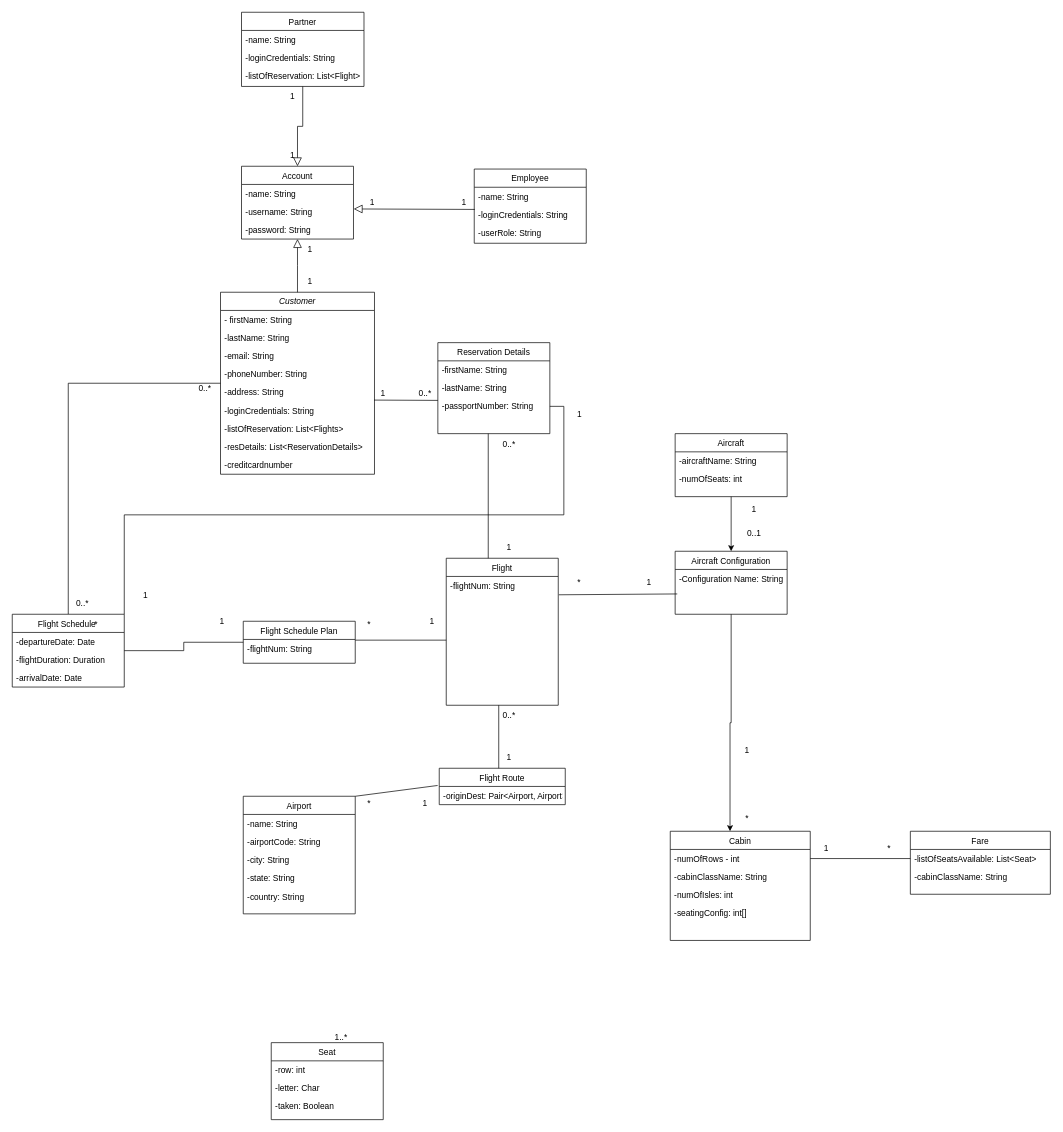
This is ENTITY CLASS DIAGRAM.drawio from glennquah/Flight-Enterprise-System, a draw.io file, before an edit. Source tidied: cells renumbered, new cells numbered last; positions are measured from the earlier drawing's top-left corner, leaving out a move shared by most shapes. Both pictures are drawn from the tidied source at 70%, with x=0, y=0 at pixel (12, 12).
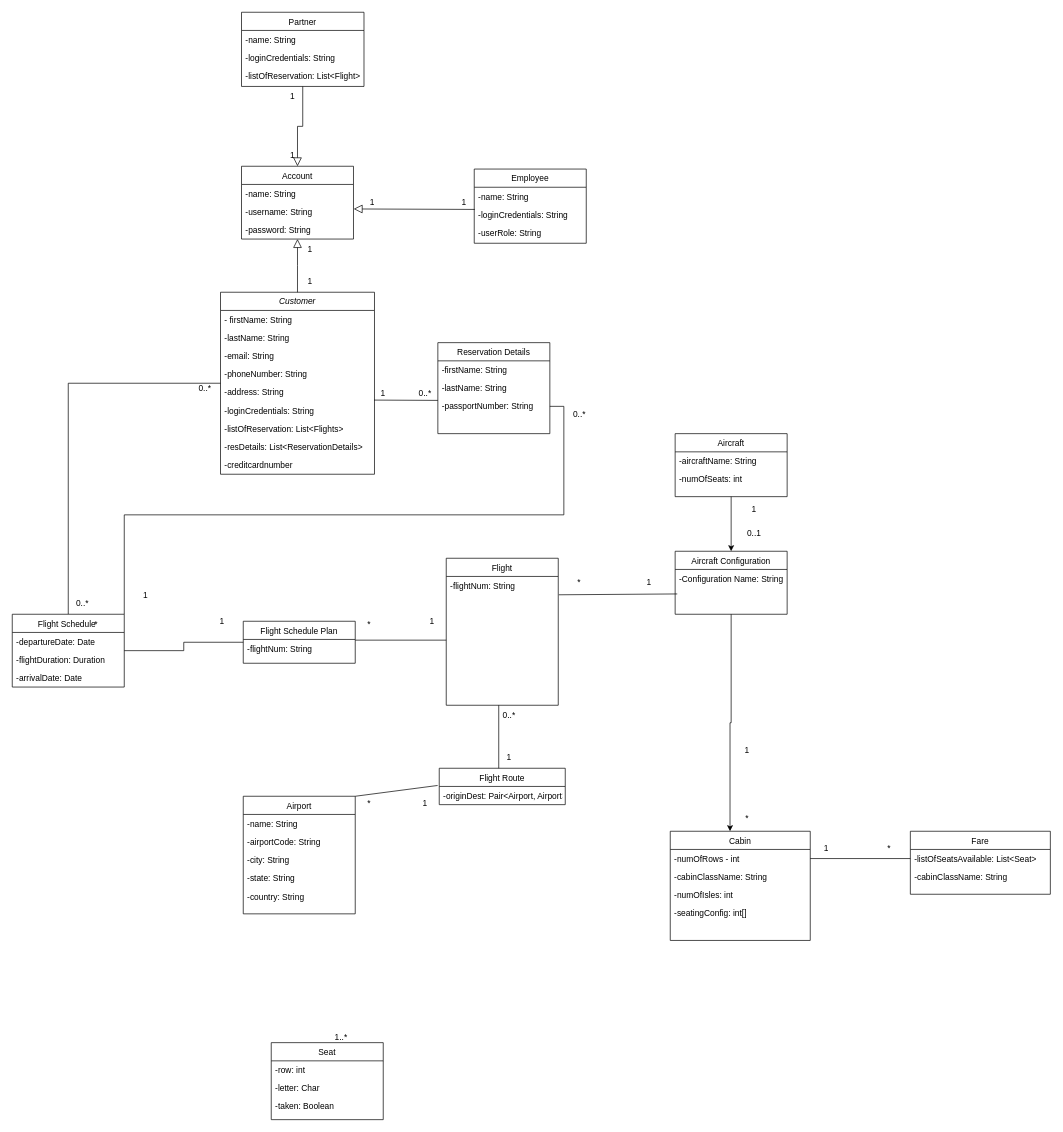
Above is the later version.

The edit, as a diff of the source:
```diff
@@
-    <mxCell id="26" value="0..*" style="text;html=1;strokeColor=none;fillColor=none;align=center;verticalAlign=middle;whiteSpace=wrap;rounded=0;" parent="1" vertex="1">
-      <mxGeometry x="680" y="602" width="60" height="30" as="geometry" />
-    </mxCell>
-    <mxCell id="27" value="1" style="text;html=1;strokeColor=none;fillColor=none;align=center;verticalAlign=middle;whiteSpace=wrap;rounded=0;" parent="1" vertex="1">
-      <mxGeometry x="680" y="750" width="60" height="30" as="geometry" />
-    </mxCell>
@@
-    <mxCell id="49" style="endArrow=none;html=1;rounded=0;entryX=0;entryY=0;entryDx=0;entryDy=0;exitX=0;exitY=1;exitDx=0;exitDy=0;" parent="1" edge="1" source="27" target="26">
-      <mxGeometry relative="1" as="geometry" />
-    </mxCell>
@@
-    <mxCell id="106" value="1" style="text;html=1;align=center;verticalAlign=middle;strokeColor=none;fillColor=none;" parent="1" vertex="1">
-      <mxGeometry x="795" y="560" width="30" height="30" as="geometry" />
+    <mxCell id="106" value="0..*" style="text;html=1;align=center;verticalAlign=middle;strokeColor=none;fillColor=none;" parent="1" vertex="1">
+      <mxGeometry x="790" y="560" width="40" height="30" as="geometry" />
     </mxCell>
```
